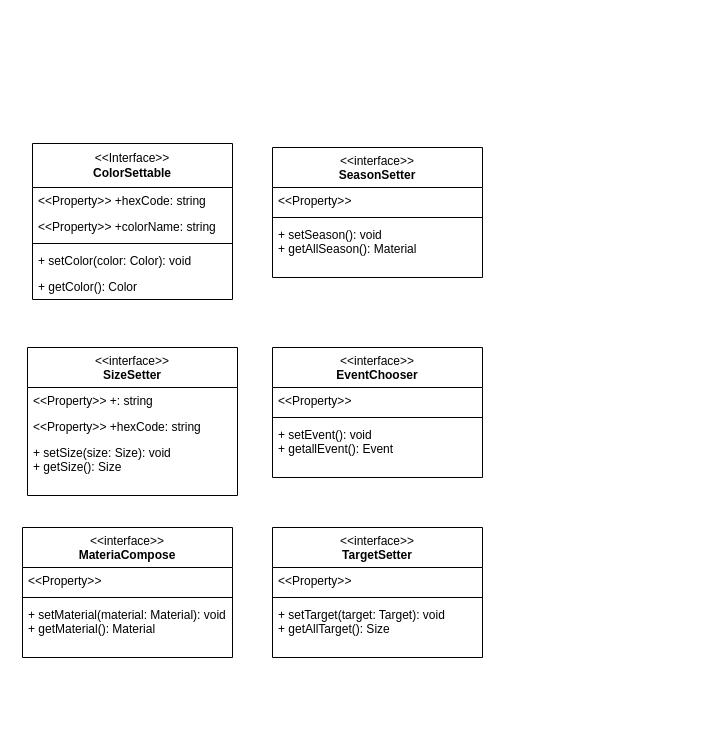
Before: UMLDiagram.drawio in danilo-quattrini/TheClothesProject, a draw.io diagram. Source tidied: cells renumbered, new cells numbered last; positions are measured from the earlier drawing's top-left corner, leaving out a move shared by most shapes. Both pictures are drawn from the tidied source at 100%, with x=0, y=0 at pixel (22, 143).
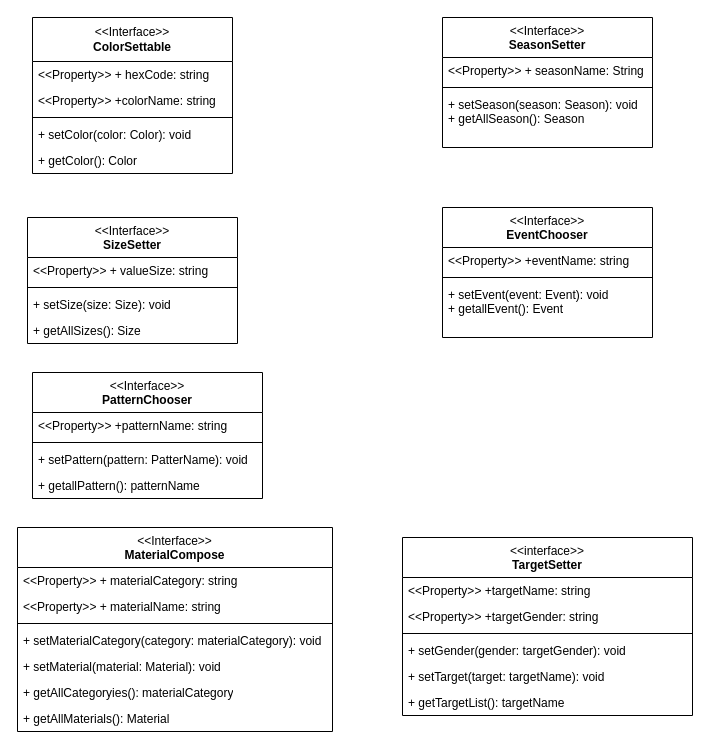
Above is the later version.

Commit message (it also covers changes not shown here):
Modificato l'UML e sistemato qualche classe

What changed in the source:
```diff
@@
-    <mxCell id="2" value="&lt;span style=&quot;font-weight: normal;&quot;&gt;&amp;lt;&amp;lt;interface&amp;gt;&amp;gt;&lt;/span&gt;&lt;div&gt;SizeSetter&lt;/div&gt;" style="swimlane;fontStyle=1;align=center;verticalAlign=top;horizontal=1;startSize=40;whiteSpace=wrap;html=1;" parent="1" vertex="1">
-      <mxGeometry x="5" y="204" width="210" height="148" as="geometry" />
+    <mxCell id="2" value="&lt;span style=&quot;font-weight: normal;&quot;&gt;&amp;lt;&amp;lt;Interface&amp;gt;&amp;gt;&lt;/span&gt;&lt;div&gt;SizeSetter&lt;/div&gt;" style="swimlane;fontStyle=1;align=center;verticalAlign=top;horizontal=1;startSize=40;whiteSpace=wrap;html=1;" parent="1" vertex="1">
+      <mxGeometry x="5" y="74" width="210" height="126" as="geometry" />
     </mxCell>
-    <mxCell id="3" value="&amp;lt;&amp;lt;Property&amp;gt;&amp;gt; +: string&lt;div&gt;&lt;br&gt;&lt;/div&gt;" style="text;strokeColor=none;fillColor=none;align=left;verticalAlign=top;spacingLeft=4;spacingRight=4;overflow=hidden;whiteSpace=wrap;html=1;" parent="2" vertex="1">
+    <mxCell id="3" value="&amp;lt;&amp;lt;Property&amp;gt;&amp;gt; + valueSize: string&lt;div&gt;&lt;br&gt;&lt;/div&gt;" style="text;strokeColor=none;fillColor=none;align=left;verticalAlign=top;spacingLeft=4;spacingRight=4;overflow=hidden;whiteSpace=wrap;html=1;" parent="2" vertex="1">
       <mxGeometry y="40" width="210" height="26" as="geometry" />
     </mxCell>
-    <mxCell id="4" value="&amp;lt;&amp;lt;Property&amp;gt;&amp;gt; +hexCode: string&lt;div&gt;&lt;br&gt;&lt;/div&gt;" style="text;strokeColor=none;fillColor=none;align=left;verticalAlign=top;spacingLeft=4;spacingRight=4;overflow=hidden;whiteSpace=wrap;html=1;" parent="2" vertex="1">
-      <mxGeometry y="66" width="210" height="26" as="geometry" />
-    </mxCell>
-    <mxCell id="5" value="+ setSize(size: Size): void&lt;div&gt;+ getSize(): Size&lt;/div&gt;" style="text;strokeColor=none;fillColor=none;align=left;verticalAlign=top;spacingLeft=4;spacingRight=4;overflow=hidden;whiteSpace=wrap;html=1;" parent="2" vertex="1">
-      <mxGeometry y="92" width="210" height="56" as="geometry" />
-    </mxCell>
+    <mxCell id="8" style="line;strokeWidth=1;fillColor=none;align=left;verticalAlign=middle;spacingTop=-1;spacingLeft=3;spacingRight=3;labelPosition=right;strokeColor=inherit;" parent="2" vertex="1">
+      <mxGeometry y="66" width="210" height="8" as="geometry" />
+    </mxCell>
+    <mxCell id="28" value="+ setSize(size: Size): void" style="text;strokeColor=none;fillColor=none;align=left;verticalAlign=top;spacingLeft=4;spacingRight=4;overflow=hidden;whiteSpace=wrap;html=1;" parent="2" vertex="1">
+      <mxGeometry y="74" width="210" height="26" as="geometry" />
+    </mxCell>
+    <mxCell id="29" value="+ getAllSizes(): Size" style="text;strokeColor=none;fillColor=none;align=left;verticalAlign=top;spacingLeft=4;spacingRight=4;overflow=hidden;whiteSpace=wrap;html=1;" parent="2" vertex="1">
+      <mxGeometry y="100" width="210" height="26" as="geometry" />
+    </mxCell>
-    <mxCell id="6" value="&lt;span style=&quot;font-weight: normal;&quot;&gt;&amp;lt;&amp;lt;interface&amp;gt;&amp;gt;&lt;/span&gt;&lt;div&gt;MateriaCompose&lt;/div&gt;" style="swimlane;fontStyle=1;align=center;verticalAlign=top;horizontal=1;startSize=40;whiteSpace=wrap;html=1;" parent="1" vertex="1">
-      <mxGeometry y="384" width="210" height="130" as="geometry" />
+    <mxCell id="6" value="&lt;span style=&quot;font-weight: normal;&quot;&gt;&amp;lt;&amp;lt;Interface&amp;gt;&amp;gt;&lt;/span&gt;&lt;div&gt;MaterialCompose&lt;/div&gt;" style="swimlane;fontStyle=1;align=center;verticalAlign=top;horizontal=1;startSize=40;whiteSpace=wrap;html=1;" parent="1" vertex="1">
+      <mxGeometry x="-5" y="384" width="315" height="204" as="geometry" />
     </mxCell>
-    <mxCell id="7" value="&amp;lt;&amp;lt;Property&amp;gt;&amp;gt;" style="text;strokeColor=none;fillColor=none;align=left;verticalAlign=top;spacingLeft=4;spacingRight=4;overflow=hidden;whiteSpace=wrap;html=1;" parent="6" vertex="1">
-      <mxGeometry y="40" width="210" height="26" as="geometry" />
-    </mxCell>
-    <mxCell id="8" style="line;strokeWidth=1;fillColor=none;align=left;verticalAlign=middle;spacingTop=-1;spacingLeft=3;spacingRight=3;labelPosition=right;strokeColor=inherit;" parent="6" vertex="1">
-      <mxGeometry y="66" width="210" height="8" as="geometry" />
-    </mxCell>
-    <mxCell id="9" value="+ setMaterial(material: Material): void&lt;div&gt;+ getMaterial(): Material&lt;/div&gt;" style="text;strokeColor=none;fillColor=none;align=left;verticalAlign=top;spacingLeft=4;spacingRight=4;overflow=hidden;whiteSpace=wrap;html=1;" parent="6" vertex="1">
-      <mxGeometry y="74" width="210" height="56" as="geometry" />
-    </mxCell>
+    <mxCell id="30" value="&amp;lt;&amp;lt;Property&amp;gt;&amp;gt; + materialCategory: string&lt;div&gt;&lt;br&gt;&lt;/div&gt;" style="text;strokeColor=none;fillColor=none;align=left;verticalAlign=top;spacingLeft=4;spacingRight=4;overflow=hidden;whiteSpace=wrap;html=1;" parent="6" vertex="1">
+      <mxGeometry y="40" width="315" height="26" as="geometry" />
+    </mxCell>
+    <mxCell id="31" value="&amp;lt;&amp;lt;Property&amp;gt;&amp;gt; + materialName: string&lt;div&gt;&lt;br&gt;&lt;/div&gt;" style="text;strokeColor=none;fillColor=none;align=left;verticalAlign=top;spacingLeft=4;spacingRight=4;overflow=hidden;whiteSpace=wrap;html=1;" parent="6" vertex="1">
+      <mxGeometry y="66" width="315" height="26" as="geometry" />
+    </mxCell>
+    <mxCell id="32" style="line;strokeWidth=1;fillColor=none;align=left;verticalAlign=middle;spacingTop=-1;spacingLeft=3;spacingRight=3;labelPosition=right;strokeColor=inherit;" parent="6" vertex="1">
+      <mxGeometry y="92" width="315" height="8" as="geometry" />
+    </mxCell>
+    <mxCell id="33" value="+ setMaterialCategory(category: materialCategory): void" style="text;strokeColor=none;fillColor=none;align=left;verticalAlign=top;spacingLeft=4;spacingRight=4;overflow=hidden;whiteSpace=wrap;html=1;" parent="6" vertex="1">
+      <mxGeometry y="100" width="315" height="26" as="geometry" />
+    </mxCell>
+    <mxCell id="34" value="+ setMaterial(material: Material): void" style="text;strokeColor=none;fillColor=none;align=left;verticalAlign=top;spacingLeft=4;spacingRight=4;overflow=hidden;whiteSpace=wrap;html=1;" parent="6" vertex="1">
+      <mxGeometry y="126" width="315" height="26" as="geometry" />
+    </mxCell>
+    <mxCell id="35" value="+ getAllCategoryies(): materialCategory" style="text;strokeColor=none;fillColor=none;align=left;verticalAlign=top;spacingLeft=4;spacingRight=4;overflow=hidden;whiteSpace=wrap;html=1;" parent="6" vertex="1">
+      <mxGeometry y="152" width="315" height="26" as="geometry" />
+    </mxCell>
+    <mxCell id="36" value="+ getAllMaterials(): Material" style="text;strokeColor=none;fillColor=none;align=left;verticalAlign=top;spacingLeft=4;spacingRight=4;overflow=hidden;whiteSpace=wrap;html=1;" parent="6" vertex="1">
+      <mxGeometry y="178" width="315" height="26" as="geometry" />
+    </mxCell>
-    <mxCell id="10" value="&lt;span style=&quot;font-weight: normal;&quot;&gt;&amp;lt;&amp;lt;interface&amp;gt;&amp;gt;&lt;/span&gt;&lt;div&gt;SeasonSetter&lt;/div&gt;" style="swimlane;fontStyle=1;align=center;verticalAlign=top;horizontal=1;startSize=40;whiteSpace=wrap;html=1;" parent="1" vertex="1">
-      <mxGeometry x="250" y="4" width="210" height="130" as="geometry" />
+    <mxCell id="10" value="&lt;span style=&quot;font-weight: normal;&quot;&gt;&amp;lt;&amp;lt;Interface&amp;gt;&amp;gt;&lt;/span&gt;&lt;div&gt;SeasonSetter&lt;/div&gt;" style="swimlane;fontStyle=1;align=center;verticalAlign=top;horizontal=1;startSize=40;whiteSpace=wrap;html=1;" parent="1" vertex="1">
+      <mxGeometry x="420" y="-126" width="210" height="130" as="geometry" />
     </mxCell>
-    <mxCell id="11" value="&amp;lt;&amp;lt;Property&amp;gt;&amp;gt;" style="text;strokeColor=none;fillColor=none;align=left;verticalAlign=top;spacingLeft=4;spacingRight=4;overflow=hidden;whiteSpace=wrap;html=1;" parent="10" vertex="1">
+    <mxCell id="11" value="&amp;lt;&amp;lt;Property&amp;gt;&amp;gt; + seasonName: String" style="text;strokeColor=none;fillColor=none;align=left;verticalAlign=top;spacingLeft=4;spacingRight=4;overflow=hidden;whiteSpace=wrap;html=1;" parent="10" vertex="1">
       <mxGeometry y="40" width="210" height="26" as="geometry" />
     </mxCell>
@@
-    <mxCell id="13" value="+ setSeason(): void&lt;div&gt;+ getAllSeason(): Material&lt;/div&gt;" style="text;strokeColor=none;fillColor=none;align=left;verticalAlign=top;spacingLeft=4;spacingRight=4;overflow=hidden;whiteSpace=wrap;html=1;" parent="10" vertex="1">
+    <mxCell id="13" value="+ setSeason(season: Season): void&lt;div&gt;+ getAllSeason(): Season&lt;/div&gt;" style="text;strokeColor=none;fillColor=none;align=left;verticalAlign=top;spacingLeft=4;spacingRight=4;overflow=hidden;whiteSpace=wrap;html=1;" parent="10" vertex="1">
       <mxGeometry y="74" width="210" height="56" as="geometry" />
     </mxCell>
-    <mxCell id="14" value="&lt;span style=&quot;font-weight: normal;&quot;&gt;&amp;lt;&amp;lt;interface&amp;gt;&amp;gt;&lt;/span&gt;&lt;div&gt;EventChooser&lt;/div&gt;" style="swimlane;fontStyle=1;align=center;verticalAlign=top;horizontal=1;startSize=40;whiteSpace=wrap;html=1;" parent="1" vertex="1">
-      <mxGeometry x="250" y="204" width="210" height="130" as="geometry" />
+    <mxCell id="14" value="&lt;span style=&quot;font-weight: normal;&quot;&gt;&amp;lt;&amp;lt;Interface&amp;gt;&amp;gt;&lt;/span&gt;&lt;div&gt;EventChooser&lt;/div&gt;" style="swimlane;fontStyle=1;align=center;verticalAlign=top;horizontal=1;startSize=40;whiteSpace=wrap;html=1;" parent="1" vertex="1">
+      <mxGeometry x="420" y="64" width="210" height="130" as="geometry" />
     </mxCell>
-    <mxCell id="15" value="&amp;lt;&amp;lt;Property&amp;gt;&amp;gt;" style="text;strokeColor=none;fillColor=none;align=left;verticalAlign=top;spacingLeft=4;spacingRight=4;overflow=hidden;whiteSpace=wrap;html=1;" parent="14" vertex="1">
+    <mxCell id="15" value="&amp;lt;&amp;lt;Property&amp;gt;&amp;gt; +eventName: string" style="text;strokeColor=none;fillColor=none;align=left;verticalAlign=top;spacingLeft=4;spacingRight=4;overflow=hidden;whiteSpace=wrap;html=1;" parent="14" vertex="1">
       <mxGeometry y="40" width="210" height="26" as="geometry" />
     </mxCell>
@@
-    <mxCell id="17" value="+ setEvent(): void&lt;div&gt;+ getallEvent(): Event&lt;/div&gt;" style="text;strokeColor=none;fillColor=none;align=left;verticalAlign=top;spacingLeft=4;spacingRight=4;overflow=hidden;whiteSpace=wrap;html=1;" parent="14" vertex="1">
+    <mxCell id="17" value="+ setEvent(event: Event): void&lt;div&gt;+ getallEvent(): Event&lt;/div&gt;" style="text;strokeColor=none;fillColor=none;align=left;verticalAlign=top;spacingLeft=4;spacingRight=4;overflow=hidden;whiteSpace=wrap;html=1;" parent="14" vertex="1">
       <mxGeometry y="74" width="210" height="56" as="geometry" />
     </mxCell>
     <mxCell id="18" value="&lt;span style=&quot;font-weight: normal;&quot;&gt;&amp;lt;&amp;lt;interface&amp;gt;&amp;gt;&lt;/span&gt;&lt;div&gt;TargetSetter&lt;/div&gt;" style="swimlane;fontStyle=1;align=center;verticalAlign=top;horizontal=1;startSize=40;whiteSpace=wrap;html=1;" parent="1" vertex="1">
-      <mxGeometry x="250" y="384" width="210" height="130" as="geometry" />
+      <mxGeometry x="380" y="394" width="290" height="178" as="geometry" />
     </mxCell>
-    <mxCell id="19" value="&amp;lt;&amp;lt;Property&amp;gt;&amp;gt;" style="text;strokeColor=none;fillColor=none;align=left;verticalAlign=top;spacingLeft=4;spacingRight=4;overflow=hidden;whiteSpace=wrap;html=1;" parent="18" vertex="1">
-      <mxGeometry y="40" width="210" height="26" as="geometry" />
+    <mxCell id="19" value="&amp;lt;&amp;lt;Property&amp;gt;&amp;gt; +targetName: string" style="text;strokeColor=none;fillColor=none;align=left;verticalAlign=top;spacingLeft=4;spacingRight=4;overflow=hidden;whiteSpace=wrap;html=1;" parent="18" vertex="1">
+      <mxGeometry y="40" width="290" height="26" as="geometry" />
     </mxCell>
+    <mxCell id="37" value="&amp;lt;&amp;lt;Property&amp;gt;&amp;gt; +targetGender: string" style="text;strokeColor=none;fillColor=none;align=left;verticalAlign=top;spacingLeft=4;spacingRight=4;overflow=hidden;whiteSpace=wrap;html=1;" parent="18" vertex="1">
+      <mxGeometry y="66" width="290" height="26" as="geometry" />
+    </mxCell>
     <mxCell id="20" style="line;strokeWidth=1;fillColor=none;align=left;verticalAlign=middle;spacingTop=-1;spacingLeft=3;spacingRight=3;labelPosition=right;strokeColor=inherit;" parent="18" vertex="1">
-      <mxGeometry y="66" width="210" height="8" as="geometry" />
+      <mxGeometry y="92" width="290" height="8" as="geometry" />
     </mxCell>
-    <mxCell id="21" value="+ setTarget(target: Target): void&lt;div&gt;+ getAllTarget(): Size&lt;/div&gt;" style="text;strokeColor=none;fillColor=none;align=left;verticalAlign=top;spacingLeft=4;spacingRight=4;overflow=hidden;whiteSpace=wrap;html=1;" parent="18" vertex="1">
-      <mxGeometry y="74" width="210" height="56" as="geometry" />
-    </mxCell>
+    <mxCell id="38" value="+ setGender(gender: targetGender): void" style="text;strokeColor=none;fillColor=none;align=left;verticalAlign=top;spacingLeft=4;spacingRight=4;overflow=hidden;whiteSpace=wrap;html=1;" parent="18" vertex="1">
+      <mxGeometry y="100" width="290" height="26" as="geometry" />
+    </mxCell>
+    <mxCell id="39" value="+ setTarget(target: targetName): void" style="text;strokeColor=none;fillColor=none;align=left;verticalAlign=top;spacingLeft=4;spacingRight=4;overflow=hidden;whiteSpace=wrap;html=1;" parent="18" vertex="1">
+      <mxGeometry y="126" width="290" height="26" as="geometry" />
+    </mxCell>
+    <mxCell id="40" value="+ getTargetList(): targetName" style="text;strokeColor=none;fillColor=none;align=left;verticalAlign=top;spacingLeft=4;spacingRight=4;overflow=hidden;whiteSpace=wrap;html=1;" parent="18" vertex="1">
+      <mxGeometry y="152" width="290" height="26" as="geometry" />
+    </mxCell>
     <mxCell id="22" value="&amp;lt;&amp;lt;Interface&amp;gt;&amp;gt;&lt;div&gt;&lt;b&gt;ColorSettable&lt;/b&gt;&lt;/div&gt;" style="swimlane;fontStyle=0;horizontal=1;startSize=44;fillColor=none;whiteSpace=wrap;html=1;" parent="1" vertex="1">
-      <mxGeometry x="10" width="200" height="156" as="geometry" />
+      <mxGeometry x="10" y="-126" width="200" height="156" as="geometry" />
     </mxCell>
-    <mxCell id="23" value="&amp;lt;&amp;lt;Property&amp;gt;&amp;gt; +hexCode: string&lt;div&gt;&lt;br&gt;&lt;/div&gt;" style="text;strokeColor=none;fillColor=none;align=left;verticalAlign=top;spacingLeft=4;spacingRight=4;overflow=hidden;whiteSpace=wrap;html=1;" parent="22" vertex="1">
+    <mxCell id="23" value="&amp;lt;&amp;lt;Property&amp;gt;&amp;gt; + hexCode: string&lt;div&gt;&lt;br&gt;&lt;/div&gt;" style="text;strokeColor=none;fillColor=none;align=left;verticalAlign=top;spacingLeft=4;spacingRight=4;overflow=hidden;whiteSpace=wrap;html=1;" parent="22" vertex="1">
       <mxGeometry y="44" width="200" height="26" as="geometry" />
     </mxCell>
@@
+    <mxCell id="41" value="&lt;span style=&quot;font-weight: normal;&quot;&gt;&amp;lt;&amp;lt;Interface&amp;gt;&amp;gt;&lt;/span&gt;&lt;div&gt;PatternChooser&lt;/div&gt;" style="swimlane;fontStyle=1;align=center;verticalAlign=top;horizontal=1;startSize=40;whiteSpace=wrap;html=1;" parent="1" vertex="1">
+      <mxGeometry x="10" y="229" width="230" height="126" as="geometry" />
+    </mxCell>
+    <mxCell id="42" value="&amp;lt;&amp;lt;Property&amp;gt;&amp;gt; +patternName: string" style="text;strokeColor=none;fillColor=none;align=left;verticalAlign=top;spacingLeft=4;spacingRight=4;overflow=hidden;whiteSpace=wrap;html=1;" parent="41" vertex="1">
+      <mxGeometry y="40" width="230" height="26" as="geometry" />
+    </mxCell>
+    <mxCell id="43" style="line;strokeWidth=1;fillColor=none;align=left;verticalAlign=middle;spacingTop=-1;spacingLeft=3;spacingRight=3;labelPosition=right;strokeColor=inherit;" parent="41" vertex="1">
+      <mxGeometry y="66" width="230" height="8" as="geometry" />
+    </mxCell>
+    <mxCell id="44" value="+ setPattern(pattern: PatterName): void" style="text;strokeColor=none;fillColor=none;align=left;verticalAlign=top;spacingLeft=4;spacingRight=4;overflow=hidden;whiteSpace=wrap;html=1;" parent="41" vertex="1">
+      <mxGeometry y="74" width="230" height="26" as="geometry" />
+    </mxCell>
+    <mxCell id="45" value="&lt;div&gt;+ getallPattern(): patternName&lt;/div&gt;" style="text;strokeColor=none;fillColor=none;align=left;verticalAlign=top;spacingLeft=4;spacingRight=4;overflow=hidden;whiteSpace=wrap;html=1;" parent="41" vertex="1">
+      <mxGeometry y="100" width="230" height="26" as="geometry" />
+    </mxCell>
```
